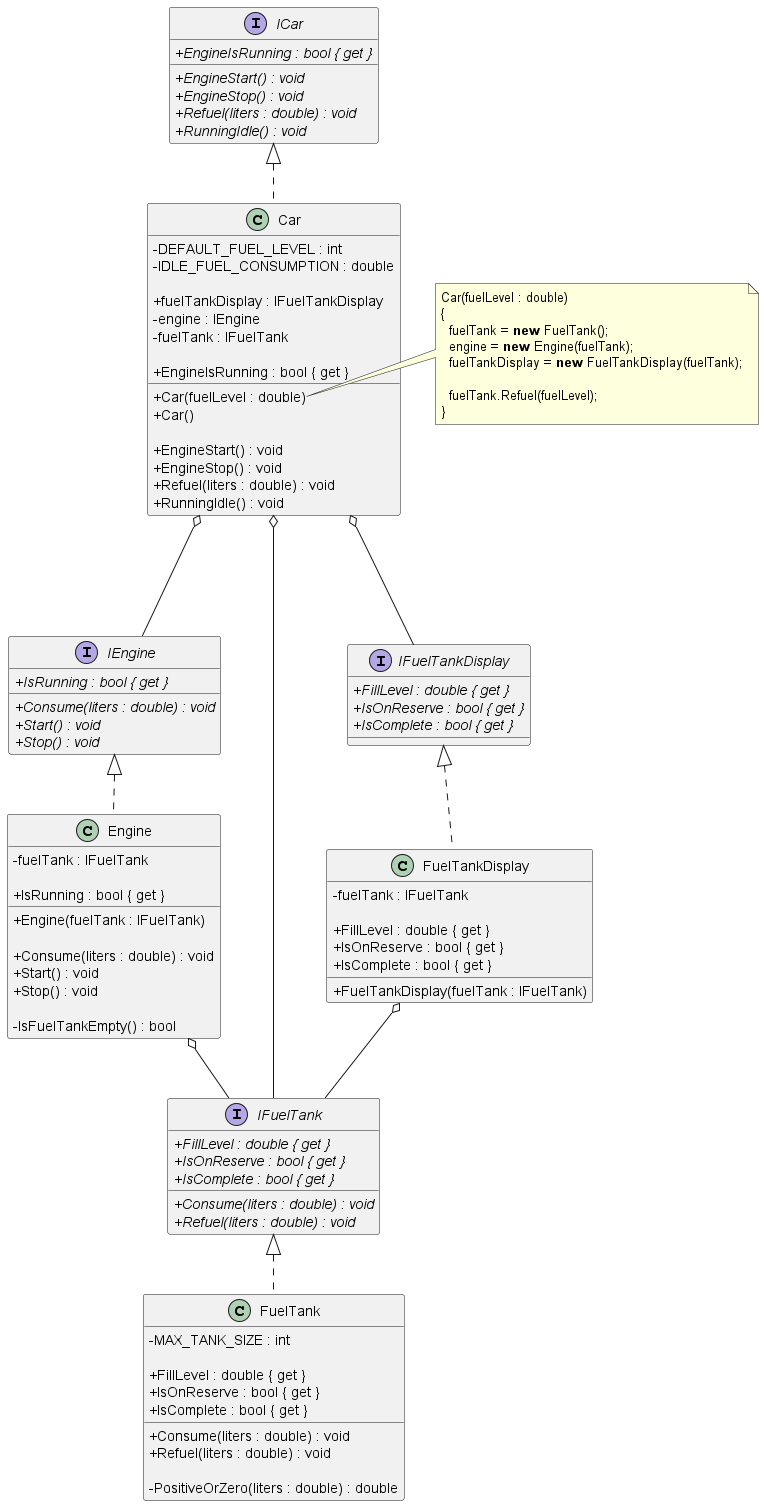
Earlier version of the PlantUML export puml/Engine And Fuel Tank.png (iamfranco/EngineAndFuelTankKata).
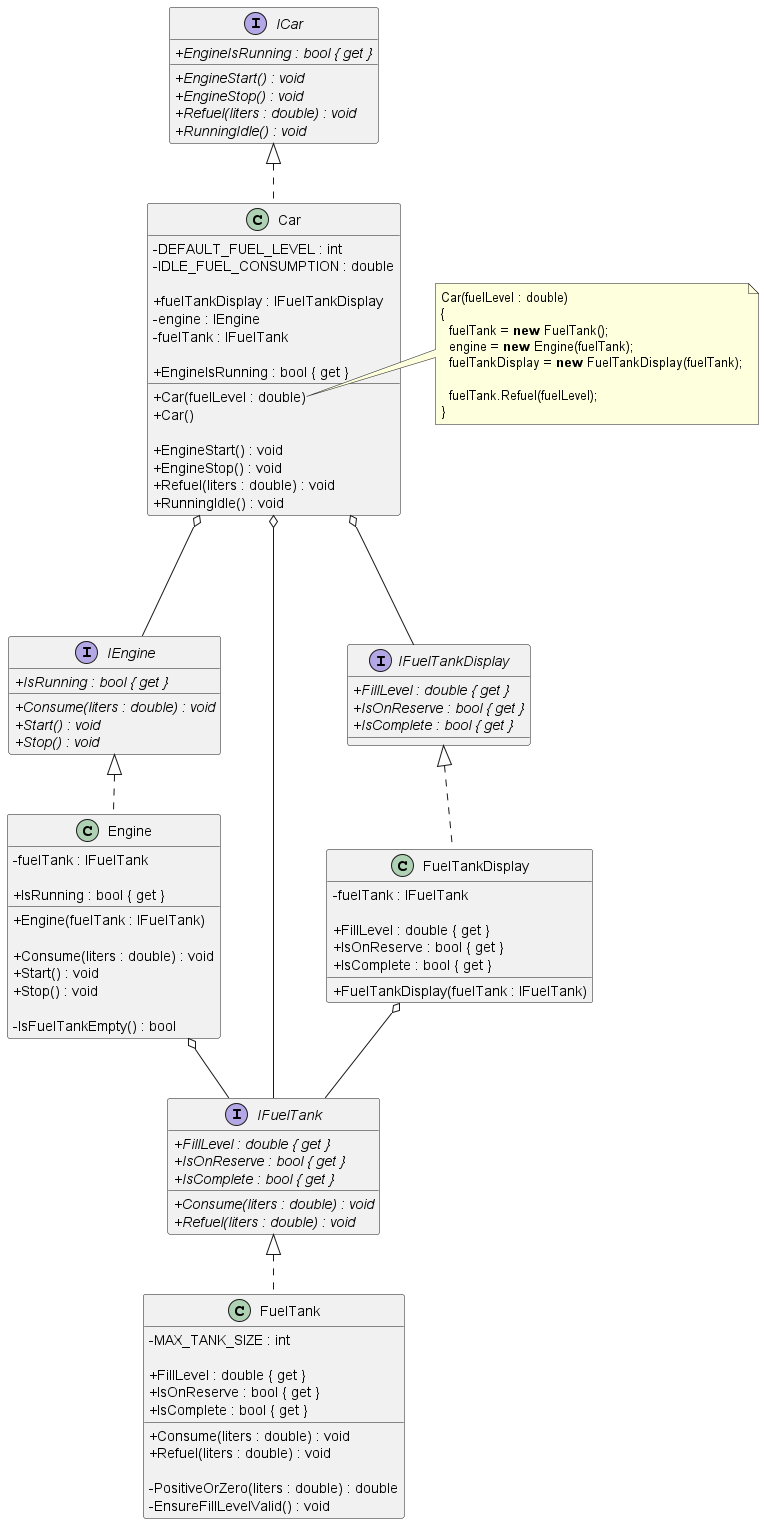
The same file after the commit.

Commit message:
add EnsureFillLevelValid() method to UML diagram

Diff of the diagram source:
```diff
@@ -81,6 +81,7 @@
   + Refuel(liters : double) : void
 
   - PositiveOrZero(liters : double) : double
+  - EnsureFillLevelValid() : void
 }
 
 class FuelTankDisplay
```
